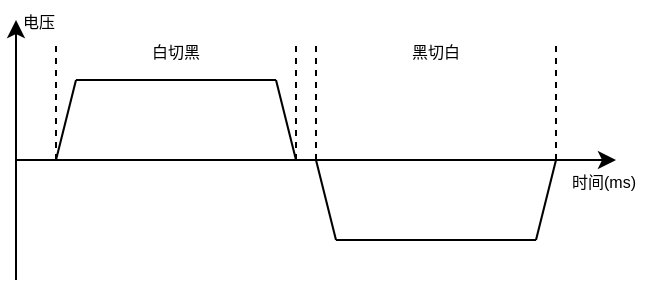
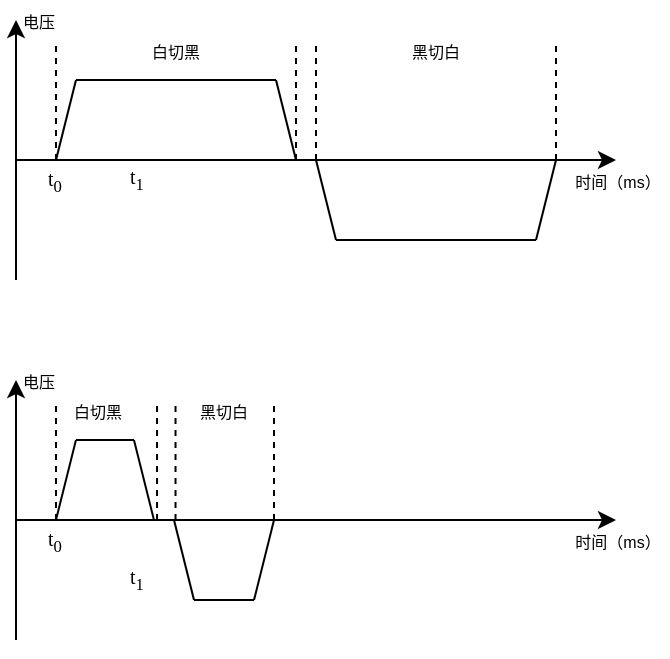
<mxfile host="app.diagrams.net">
  <diagram name="第 1 页" id="9GCirzcOwOEJ2O28C_OO">
-     <mxGraphModel dx="419" dy="260" grid="1" gridSize="10" guides="1" tooltips="1" connect="1" arrows="1" fold="1" page="1" pageScale="1" pageWidth="827" pageHeight="1169" math="0" shadow="0">
+     <mxGraphModel dx="673" dy="354" grid="1" gridSize="10" guides="1" tooltips="1" connect="1" arrows="1" fold="1" page="1" pageScale="1" pageWidth="827" pageHeight="1169" math="0" shadow="0">
      <root>
        <mxCell id="0" />
        <mxCell id="1" parent="0" />
        <mxCell id="Amk3uJXoawBWfqW1GQea-1" edge="1" parent="1" style="endArrow=classic;html=1;rounded=0;" value="">
          <mxGeometry height="50" relative="1" width="50" as="geometry">
            <mxPoint x="101" y="440" as="sourcePoint" />
            <mxPoint x="401" y="440" as="targetPoint" />
          </mxGeometry>
        </mxCell>
        <mxCell id="Amk3uJXoawBWfqW1GQea-2" edge="1" parent="1" style="endArrow=classic;html=1;rounded=0;" value="">
          <mxGeometry height="50" relative="1" width="50" as="geometry">
            <mxPoint x="101" y="500" as="sourcePoint" />
            <mxPoint x="101" y="370" as="targetPoint" />
          </mxGeometry>
        </mxCell>
        <mxCell id="Amk3uJXoawBWfqW1GQea-3" edge="1" parent="1" style="endArrow=none;html=1;rounded=0;" value="">
          <mxGeometry height="50" relative="1" width="50" as="geometry">
            <mxPoint x="121" y="440" as="sourcePoint" />
            <mxPoint x="131" y="400" as="targetPoint" />
          </mxGeometry>
        </mxCell>
        <mxCell id="Amk3uJXoawBWfqW1GQea-4" edge="1" parent="1" style="endArrow=none;html=1;rounded=0;" value="">
          <mxGeometry height="50" relative="1" width="50" as="geometry">
            <mxPoint x="131" y="400" as="sourcePoint" />
            <mxPoint x="231" y="400" as="targetPoint" />
          </mxGeometry>
        </mxCell>
        <mxCell id="Amk3uJXoawBWfqW1GQea-5" edge="1" parent="1" style="endArrow=none;html=1;rounded=0;" value="">
          <mxGeometry height="50" relative="1" width="50" as="geometry">
            <mxPoint x="231" y="400" as="sourcePoint" />
            <mxPoint x="241" y="440" as="targetPoint" />
          </mxGeometry>
        </mxCell>
        <mxCell id="Amk3uJXoawBWfqW1GQea-6" edge="1" parent="1" style="endArrow=none;html=1;rounded=0;" value="">
          <mxGeometry height="50" relative="1" width="50" as="geometry">
            <mxPoint x="251" y="440" as="sourcePoint" />
            <mxPoint x="261" y="480" as="targetPoint" />
          </mxGeometry>
        </mxCell>
        <mxCell id="Amk3uJXoawBWfqW1GQea-7" edge="1" parent="1" style="endArrow=none;html=1;rounded=0;" value="">
          <mxGeometry height="50" relative="1" width="50" as="geometry">
            <mxPoint x="261" y="480" as="sourcePoint" />
            <mxPoint x="361" y="480" as="targetPoint" />
          </mxGeometry>
        </mxCell>
        <mxCell id="Amk3uJXoawBWfqW1GQea-8" edge="1" parent="1" style="endArrow=none;html=1;rounded=0;" value="">
          <mxGeometry height="50" relative="1" width="50" as="geometry">
            <mxPoint x="361" y="480" as="sourcePoint" />
            <mxPoint x="371" y="440" as="targetPoint" />
          </mxGeometry>
        </mxCell>
        <mxCell id="Amk3uJXoawBWfqW1GQea-11" edge="1" parent="1" style="endArrow=none;dashed=1;html=1;rounded=0;" value="">
          <mxGeometry height="50" relative="1" width="50" as="geometry">
            <mxPoint x="121" y="440" as="sourcePoint" />
            <mxPoint x="121" y="380" as="targetPoint" />
          </mxGeometry>
        </mxCell>
        <mxCell id="Amk3uJXoawBWfqW1GQea-12" edge="1" parent="1" style="endArrow=none;dashed=1;html=1;rounded=0;" value="">
          <mxGeometry height="50" relative="1" width="50" as="geometry">
            <mxPoint x="241" y="440" as="sourcePoint" />
            <mxPoint x="241" y="380" as="targetPoint" />
          </mxGeometry>
        </mxCell>
        <mxCell id="Amk3uJXoawBWfqW1GQea-13" edge="1" parent="1" style="endArrow=none;dashed=1;html=1;rounded=0;" value="">
          <mxGeometry height="50" relative="1" width="50" as="geometry">
            <mxPoint x="371" y="440" as="sourcePoint" />
            <mxPoint x="371" y="380" as="targetPoint" />
          </mxGeometry>
        </mxCell>
        <mxCell id="Amk3uJXoawBWfqW1GQea-14" edge="1" parent="1" style="endArrow=none;dashed=1;html=1;rounded=0;" value="">
          <mxGeometry height="50" relative="1" width="50" as="geometry">
            <mxPoint x="251" y="440" as="sourcePoint" />
            <mxPoint x="251" y="380" as="targetPoint" />
          </mxGeometry>
        </mxCell>
        <mxCell id="Amk3uJXoawBWfqW1GQea-15" parent="1" style="text;html=1;whiteSpace=wrap;strokeColor=none;fillColor=none;align=center;verticalAlign=middle;rounded=0;" value="&lt;font style=&quot;font-size: 8px;&quot;&gt;白切黑&lt;/font&gt;" vertex="1">
          <mxGeometry height="30" width="60" x="151" y="370" as="geometry" />
        </mxCell>
        <mxCell id="Amk3uJXoawBWfqW1GQea-16" parent="1" style="text;html=1;whiteSpace=wrap;strokeColor=none;fillColor=none;align=center;verticalAlign=middle;rounded=0;" value="&lt;font style=&quot;font-size: 8px;&quot;&gt;黑切白&lt;/font&gt;" vertex="1">
          <mxGeometry height="30" width="60" x="281" y="370" as="geometry" />
        </mxCell>
        <mxCell id="Amk3uJXoawBWfqW1GQea-17" parent="1" style="text;html=1;whiteSpace=wrap;strokeColor=none;fillColor=none;align=center;verticalAlign=middle;rounded=0;" value="&lt;font style=&quot;font-size: 8px;&quot;&gt;电压&lt;/font&gt;" vertex="1">
          <mxGeometry height="20" width="37" x="94" y="360" as="geometry" />
        </mxCell>
-         <mxCell id="Amk3uJXoawBWfqW1GQea-18" parent="1" style="text;html=1;whiteSpace=wrap;strokeColor=none;fillColor=none;align=center;verticalAlign=middle;rounded=0;" value="&lt;font style=&quot;font-size: 8px;&quot;&gt;时间(ms)&lt;/font&gt;" vertex="1">
-           <mxGeometry height="20" width="50" x="370" y="440" as="geometry" />
+         <mxCell id="Amk3uJXoawBWfqW1GQea-18" parent="1" style="text;html=1;whiteSpace=wrap;strokeColor=none;fillColor=none;align=center;verticalAlign=middle;rounded=0;" value="&lt;font style=&quot;font-size: 8px;&quot;&gt;时间（ms）&lt;/font&gt;" vertex="1">
+           <mxGeometry height="20" width="50" x="377" y="440" as="geometry" />
+         </mxCell>
+         <mxCell id="Amk3uJXoawBWfqW1GQea-19" edge="1" parent="1" style="endArrow=none;html=1;rounded=0;" value="">
+           <mxGeometry height="50" relative="1" width="50" as="geometry">
+             <mxPoint x="150" y="440" as="sourcePoint" />
+             <mxPoint x="150" y="440" as="targetPoint" />
+           </mxGeometry>
+         </mxCell>
+         <mxCell id="Amk3uJXoawBWfqW1GQea-20" parent="1" style="text;html=1;whiteSpace=wrap;strokeColor=none;fillColor=none;align=center;verticalAlign=middle;rounded=0;" value="&lt;font style=&quot;font-size: 10px;&quot; face=&quot;Times New Roman&quot;&gt;t&lt;sub style=&quot;&quot;&gt;1&lt;/sub&gt;&lt;/font&gt;" vertex="1">
+           <mxGeometry height="20" width="21" x="151" y="439" as="geometry" />
+         </mxCell>
+         <mxCell id="Amk3uJXoawBWfqW1GQea-22" parent="1" style="text;html=1;whiteSpace=wrap;strokeColor=none;fillColor=none;align=center;verticalAlign=middle;rounded=0;" value="&lt;font style=&quot;font-size: 10px;&quot; face=&quot;Times New Roman&quot;&gt;t&lt;sub style=&quot;&quot;&gt;0&lt;/sub&gt;&lt;/font&gt;" vertex="1">
+           <mxGeometry height="20" width="21" x="110" y="440" as="geometry" />
+         </mxCell>
+         <mxCell id="Amk3uJXoawBWfqW1GQea-23" edge="1" parent="1" style="endArrow=classic;html=1;rounded=0;" value="">
+           <mxGeometry height="50" relative="1" width="50" as="geometry">
+             <mxPoint x="101" y="620" as="sourcePoint" />
+             <mxPoint x="401" y="620" as="targetPoint" />
+           </mxGeometry>
+         </mxCell>
+         <mxCell id="Amk3uJXoawBWfqW1GQea-24" edge="1" parent="1" style="endArrow=classic;html=1;rounded=0;" value="">
+           <mxGeometry height="50" relative="1" width="50" as="geometry">
+             <mxPoint x="101" y="680" as="sourcePoint" />
+             <mxPoint x="101" y="550" as="targetPoint" />
+           </mxGeometry>
+         </mxCell>
+         <mxCell id="Amk3uJXoawBWfqW1GQea-25" edge="1" parent="1" style="endArrow=none;html=1;rounded=0;" value="">
+           <mxGeometry height="50" relative="1" width="50" as="geometry">
+             <mxPoint x="121" y="620" as="sourcePoint" />
+             <mxPoint x="131" y="580" as="targetPoint" />
+           </mxGeometry>
+         </mxCell>
+         <mxCell id="Amk3uJXoawBWfqW1GQea-26" edge="1" parent="1" style="endArrow=none;html=1;rounded=0;" value="">
+           <mxGeometry height="50" relative="1" width="50" as="geometry">
+             <mxPoint x="131" y="580" as="sourcePoint" />
+             <mxPoint x="160" y="580" as="targetPoint" />
+           </mxGeometry>
+         </mxCell>
+         <mxCell id="Amk3uJXoawBWfqW1GQea-27" edge="1" parent="1" style="endArrow=none;html=1;rounded=0;" value="">
+           <mxGeometry height="50" relative="1" width="50" as="geometry">
+             <mxPoint x="160" y="580" as="sourcePoint" />
+             <mxPoint x="170" y="620" as="targetPoint" />
+           </mxGeometry>
+         </mxCell>
+         <mxCell id="Amk3uJXoawBWfqW1GQea-28" edge="1" parent="1" style="endArrow=none;html=1;rounded=0;" value="">
+           <mxGeometry height="50" relative="1" width="50" as="geometry">
+             <mxPoint x="180" y="620" as="sourcePoint" />
+             <mxPoint x="190" y="660" as="targetPoint" />
+           </mxGeometry>
+         </mxCell>
+         <mxCell id="Amk3uJXoawBWfqW1GQea-29" edge="1" parent="1" style="endArrow=none;html=1;rounded=0;" value="">
+           <mxGeometry height="50" relative="1" width="50" as="geometry">
+             <mxPoint x="190" y="660" as="sourcePoint" />
+             <mxPoint x="220" y="660" as="targetPoint" />
+           </mxGeometry>
+         </mxCell>
+         <mxCell id="Amk3uJXoawBWfqW1GQea-30" edge="1" parent="1" style="endArrow=none;html=1;rounded=0;" value="">
+           <mxGeometry height="50" relative="1" width="50" as="geometry">
+             <mxPoint x="220" y="660" as="sourcePoint" />
+             <mxPoint x="230" y="620" as="targetPoint" />
+           </mxGeometry>
+         </mxCell>
+         <mxCell id="Amk3uJXoawBWfqW1GQea-31" edge="1" parent="1" style="endArrow=none;dashed=1;html=1;rounded=0;" value="">
+           <mxGeometry height="50" relative="1" width="50" as="geometry">
+             <mxPoint x="121" y="620" as="sourcePoint" />
+             <mxPoint x="121" y="560" as="targetPoint" />
+           </mxGeometry>
+         </mxCell>
+         <mxCell id="Amk3uJXoawBWfqW1GQea-32" edge="1" parent="1" style="endArrow=none;dashed=1;html=1;rounded=0;" value="">
+           <mxGeometry height="50" relative="1" width="50" as="geometry">
+             <mxPoint x="171.51999999999998" y="620" as="sourcePoint" />
+             <mxPoint x="171.51999999999998" y="560" as="targetPoint" />
+           </mxGeometry>
+         </mxCell>
+         <mxCell id="Amk3uJXoawBWfqW1GQea-33" edge="1" parent="1" style="endArrow=none;dashed=1;html=1;rounded=0;" value="">
+           <mxGeometry height="50" relative="1" width="50" as="geometry">
+             <mxPoint x="230" y="620" as="sourcePoint" />
+             <mxPoint x="230" y="560" as="targetPoint" />
+           </mxGeometry>
+         </mxCell>
+         <mxCell id="Amk3uJXoawBWfqW1GQea-34" edge="1" parent="1" style="endArrow=none;dashed=1;html=1;rounded=0;" value="">
+           <mxGeometry height="50" relative="1" width="50" as="geometry">
+             <mxPoint x="180.76" y="620" as="sourcePoint" />
+             <mxPoint x="180.76" y="560" as="targetPoint" />
+           </mxGeometry>
+         </mxCell>
+         <mxCell id="Amk3uJXoawBWfqW1GQea-35" parent="1" style="text;html=1;whiteSpace=wrap;strokeColor=none;fillColor=none;align=center;verticalAlign=middle;rounded=0;" value="&lt;font style=&quot;font-size: 8px;&quot;&gt;白切黑&lt;/font&gt;" vertex="1">
+           <mxGeometry height="30" width="60" x="112" y="550" as="geometry" />
+         </mxCell>
+         <mxCell id="Amk3uJXoawBWfqW1GQea-36" parent="1" style="text;html=1;whiteSpace=wrap;strokeColor=none;fillColor=none;align=center;verticalAlign=middle;rounded=0;" value="&lt;font style=&quot;font-size: 8px;&quot;&gt;黑切白&lt;/font&gt;" vertex="1">
+           <mxGeometry height="30" width="60" x="175" y="550" as="geometry" />
+         </mxCell>
+         <mxCell id="Amk3uJXoawBWfqW1GQea-37" parent="1" style="text;html=1;whiteSpace=wrap;strokeColor=none;fillColor=none;align=center;verticalAlign=middle;rounded=0;" value="&lt;font style=&quot;font-size: 8px;&quot;&gt;电压&lt;/font&gt;" vertex="1">
+           <mxGeometry height="20" width="37" x="94" y="540" as="geometry" />
+         </mxCell>
+         <mxCell id="Amk3uJXoawBWfqW1GQea-38" parent="1" style="text;html=1;whiteSpace=wrap;strokeColor=none;fillColor=none;align=center;verticalAlign=middle;rounded=0;" value="&lt;font style=&quot;font-size: 8px;&quot;&gt;时间（ms）&lt;/font&gt;" vertex="1">
+           <mxGeometry height="20" width="50" x="377" y="620" as="geometry" />
+         </mxCell>
+         <mxCell id="Amk3uJXoawBWfqW1GQea-39" edge="1" parent="1" style="endArrow=none;html=1;rounded=0;" value="">
+           <mxGeometry height="50" relative="1" width="50" as="geometry">
+             <mxPoint x="150" y="620" as="sourcePoint" />
+             <mxPoint x="150" y="620" as="targetPoint" />
+           </mxGeometry>
+         </mxCell>
+         <mxCell id="Amk3uJXoawBWfqW1GQea-40" parent="1" style="text;html=1;whiteSpace=wrap;strokeColor=none;fillColor=none;align=center;verticalAlign=middle;rounded=0;" value="&lt;font style=&quot;font-size: 10px;&quot; face=&quot;Times New Roman&quot;&gt;t&lt;sub style=&quot;&quot;&gt;1&lt;/sub&gt;&lt;/font&gt;" vertex="1">
+           <mxGeometry height="20" width="21" x="151" y="639" as="geometry" />
+         </mxCell>
+         <mxCell id="Amk3uJXoawBWfqW1GQea-41" parent="1" style="text;html=1;whiteSpace=wrap;strokeColor=none;fillColor=none;align=center;verticalAlign=middle;rounded=0;" value="&lt;font style=&quot;font-size: 10px;&quot; face=&quot;Times New Roman&quot;&gt;t&lt;sub style=&quot;&quot;&gt;0&lt;/sub&gt;&lt;/font&gt;" vertex="1">
+           <mxGeometry height="20" width="21" x="110" y="620" as="geometry" />
        </mxCell>
      </root>
    </mxGraphModel>
  </diagram>
</mxfile>
